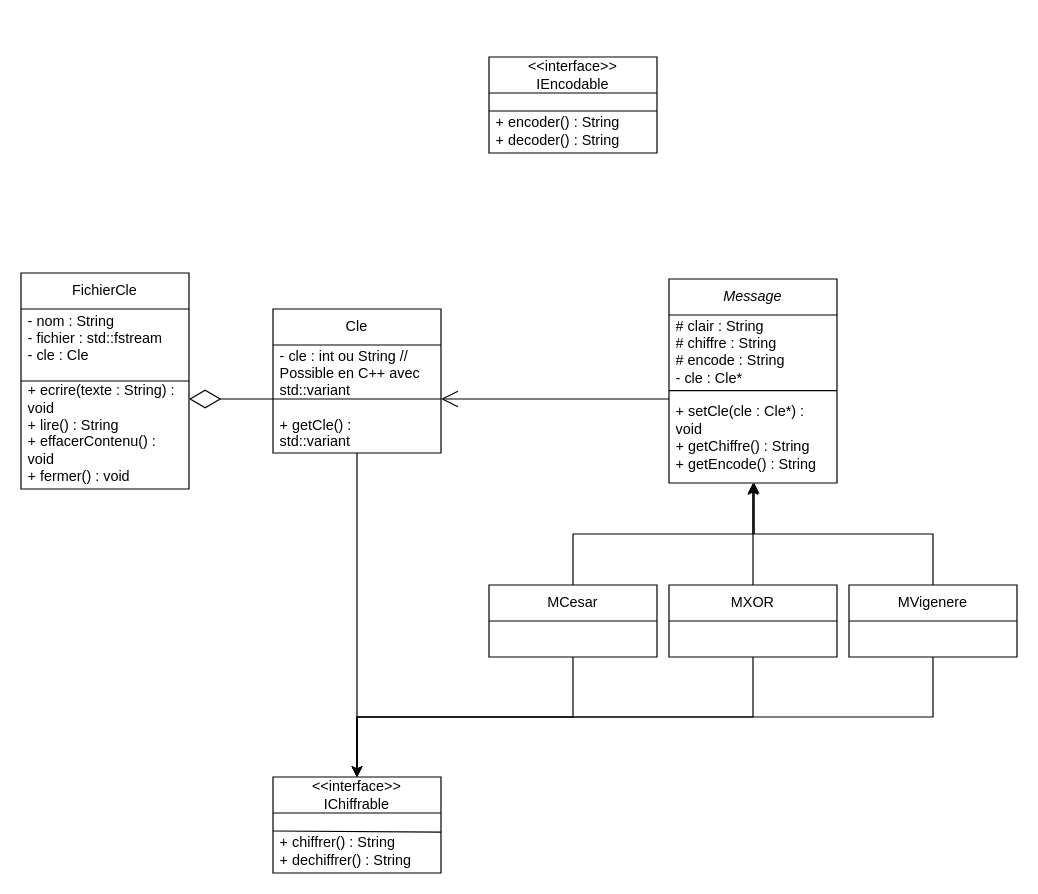
Earlier version of the draw.io diagram UML_Projet.drawio (Maxruuu/CryptCPP). Source tidied: cells renumbered, new cells numbered last; positions are measured from the earlier drawing's top-left corner, leaving out a move shared by most shapes. Both pictures are drawn from the tidied source at 120%, with x=0, y=0 at pixel (20, 56).
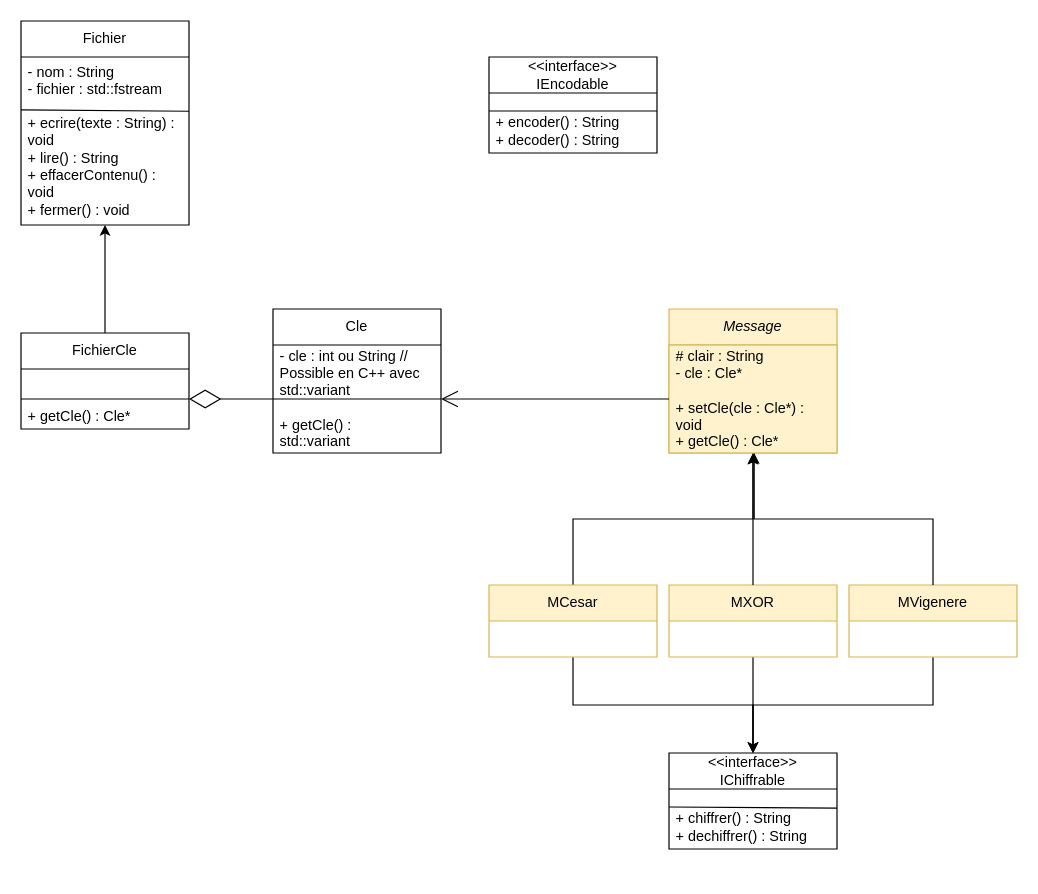
The same page after the edit.

Unchanged cells that the change refers to:
```xml
<mxCell id="12" value="Cle" style="swimlane;fontStyle=0;horizontal=1;startSize=30;whiteSpace=wrap;html=1;" parent="1" vertex="1">
  <mxGeometry x="210" y="210" width="140" height="120" as="geometry" />
</mxCell>
```

The edit, as a diff of the source:
```diff
@@
-    <mxCell id="2" value="&lt;i&gt;Message&lt;/i&gt;" style="swimlane;fontStyle=0;horizontal=1;startSize=30;whiteSpace=wrap;html=1;" parent="1" vertex="1">
-      <mxGeometry x="540" y="185" width="140" height="170" as="geometry" />
+    <mxCell id="2" value="&lt;i&gt;Message&lt;/i&gt;" style="swimlane;fontStyle=0;horizontal=1;startSize=30;whiteSpace=wrap;html=1;fillColor=#fff2cc;strokeColor=#d6b656;" parent="1" vertex="1">
+      <mxGeometry x="540" y="210" width="140" height="120" as="geometry" />
     </mxCell>
+    <mxCell id="4" style="endArrow=none;html=1;rounded=0;entryX=1;entryY=0.45;entryDx=0;entryDy=0;entryPerimeter=0;exitX=0;exitY=0.45;exitDx=0;exitDy=0;exitPerimeter=0;" parent="2" edge="1" source="3" target="3">
+      <mxGeometry relative="1" as="geometry" />
+    </mxCell>
-    <mxCell id="3" value="&lt;div&gt;# clair : String&lt;/div&gt;&lt;div&gt;# chiffre : String&lt;/div&gt;&lt;div&gt;# encode : String&lt;/div&gt;&lt;div&gt;- cle : Cle*&lt;/div&gt;&lt;div&gt;&lt;br&gt;&lt;/div&gt;&lt;div&gt;+ setCle(cle : Cle*) : void&lt;/div&gt;&lt;div&gt;+ getChiffre() : String&lt;/div&gt;&lt;div&gt;+ getEncode() : String&lt;/div&gt;&lt;div&gt;&lt;br&gt;&lt;/div&gt;" style="text;strokeColor=none;fillColor=none;align=left;verticalAlign=middle;spacingLeft=4;spacingRight=4;overflow=hidden;points=[[0,0.5],[1,0.5]];portConstraint=eastwest;whiteSpace=wrap;html=1;" parent="2" vertex="1">
-      <mxGeometry y="30" width="140" height="140" as="geometry" />
+    <mxCell id="3" value="&lt;div&gt;# clair : String&lt;/div&gt;&lt;div&gt;- cle : Cle*&lt;/div&gt;&lt;div&gt;&lt;br&gt;&lt;/div&gt;&lt;div&gt;+ setCle(cle : Cle*) : void&lt;/div&gt;&lt;div&gt;+ getCle() : Cle*&lt;/div&gt;" style="text;strokeColor=#d6b656;fillColor=#fff2cc;align=left;verticalAlign=middle;spacingLeft=4;spacingRight=4;overflow=hidden;points=[[0,0.5],[1,0.5]];portConstraint=eastwest;whiteSpace=wrap;html=1;" parent="2" vertex="1">
+      <mxGeometry y="30" width="140" height="90" as="geometry" />
     </mxCell>
-    <mxCell id="4" style="endArrow=none;html=1;rounded=0;entryX=1;entryY=0.45;entryDx=0;entryDy=0;entryPerimeter=0;exitX=0;exitY=0.45;exitDx=0;exitDy=0;exitPerimeter=0;" parent="2" edge="1" source="3" target="3">
-      <mxGeometry relative="1" as="geometry" />
-    </mxCell>
     <mxCell id="5" value="&lt;div&gt;&amp;lt;&amp;lt;interface&amp;gt;&amp;gt;&lt;/div&gt;&lt;div&gt;IChiffrable&lt;/div&gt;" style="swimlane;fontStyle=0;horizontal=1;startSize=30;whiteSpace=wrap;html=1;" parent="1" vertex="1">
-      <mxGeometry x="210" y="600" width="140" height="80" as="geometry" />
+      <mxGeometry x="540" y="580" width="140" height="80" as="geometry" />
     </mxCell>
@@
-    <mxCell id="11" style="edgeStyle=orthogonalEdgeStyle;rounded=0;jettySize=auto;html=1;exitX=0.5;exitY=1;exitDx=0;exitDy=0;entryX=0.5;entryY=0;entryDx=0;entryDy=0;" parent="1" edge="1" source="12" target="5">
-      <mxGeometry relative="1" as="geometry" />
-    </mxCell>
@@
+    <mxCell id="32" style="edgeStyle=orthogonalEdgeStyle;rounded=0;jettySize=auto;html=1;entryX=0.5;entryY=1;entryDx=0;entryDy=0;" parent="1" edge="1" source="16" target="33">
+      <mxGeometry relative="1" as="geometry" />
+    </mxCell>
     <mxCell id="16" value="FichierCle" style="swimlane;fontStyle=0;horizontal=1;startSize=30;whiteSpace=wrap;html=1;" parent="1" vertex="1">
-      <mxGeometry y="180" width="140" height="180" as="geometry" />
+      <mxGeometry y="230" width="140" height="80" as="geometry" />
     </mxCell>
-    <mxCell id="17" value="&lt;div&gt;- nom : String&lt;/div&gt;&lt;div&gt;- fichier : std::fstream&lt;/div&gt;&lt;div&gt;- cle : Cle&lt;/div&gt;&lt;div&gt;&lt;br&gt;&lt;/div&gt;&lt;div&gt;+ ecrire(texte : String) : void&lt;/div&gt;&lt;div&gt;+ lire() : String&lt;/div&gt;&lt;div&gt;+ effacerContenu() : void&lt;/div&gt;&lt;div&gt;+ fermer() : void&lt;/div&gt;" style="text;strokeColor=none;fillColor=none;align=left;verticalAlign=middle;spacingLeft=4;spacingRight=4;overflow=hidden;points=[[0,0.5],[1,0.5]];portConstraint=eastwest;whiteSpace=wrap;html=1;" parent="16" vertex="1">
-      <mxGeometry y="30" width="140" height="150" as="geometry" />
+    <mxCell id="17" value="&lt;br&gt;&lt;div&gt;&lt;br&gt;&lt;/div&gt;&lt;div&gt;+ getCle() : Cle*&lt;/div&gt;" style="text;strokeColor=none;fillColor=none;align=left;verticalAlign=middle;spacingLeft=4;spacingRight=4;overflow=hidden;points=[[0,0.5],[1,0.5]];portConstraint=eastwest;whiteSpace=wrap;html=1;" parent="16" vertex="1">
+      <mxGeometry y="30" width="140" height="50" as="geometry" />
     </mxCell>
-    <mxCell id="18" style="endArrow=none;html=1;rounded=0;entryX=1;entryY=0.4;entryDx=0;entryDy=0;entryPerimeter=0;exitX=0;exitY=0.4;exitDx=0;exitDy=0;exitPerimeter=0;" parent="16" edge="1" source="17" target="17">
+    <mxCell id="18" style="endArrow=none;html=1;rounded=0;entryX=1;entryY=0.5;entryDx=0;entryDy=0;exitX=0;exitY=0.5;exitDx=0;exitDy=0;" parent="16" edge="1" source="17" target="17">
       <mxGeometry relative="1" as="geometry" />
     </mxCell>
@@
-    <mxCell id="20" value="MXOR" style="swimlane;fontStyle=0;horizontal=1;startSize=30;whiteSpace=wrap;html=1;" parent="1" vertex="1">
+    <mxCell id="20" value="MXOR" style="swimlane;fontStyle=0;horizontal=1;startSize=30;whiteSpace=wrap;html=1;fillColor=#fff2cc;strokeColor=#d6b656;" parent="1" vertex="1">
       <mxGeometry x="540" y="440" width="140" height="60" as="geometry" />
     </mxCell>
@@
-    <mxCell id="23" value="MVigenere" style="swimlane;fontStyle=0;horizontal=1;startSize=30;whiteSpace=wrap;html=1;" parent="1" vertex="1">
+    <mxCell id="23" value="MVigenere" style="swimlane;fontStyle=0;horizontal=1;startSize=30;whiteSpace=wrap;html=1;fillColor=#fff2cc;strokeColor=#d6b656;" parent="1" vertex="1">
       <mxGeometry x="690" y="440" width="140" height="60" as="geometry" />
     </mxCell>
@@
-    <mxCell id="27" value="MCesar" style="swimlane;fontStyle=0;horizontal=1;startSize=30;whiteSpace=wrap;html=1;" parent="1" vertex="1">
+    <mxCell id="27" value="MCesar" style="swimlane;fontStyle=0;horizontal=1;startSize=30;whiteSpace=wrap;html=1;fillColor=#fff2cc;strokeColor=#d6b656;" parent="1" vertex="1">
       <mxGeometry x="390" y="440" width="140" height="60" as="geometry" />
     </mxCell>
@@
+    <mxCell id="33" value="Fichier" style="swimlane;fontStyle=0;horizontal=1;startSize=30;whiteSpace=wrap;html=1;" parent="1" vertex="1">
+      <mxGeometry y="-30" width="140" height="170" as="geometry" />
+    </mxCell>
+    <mxCell id="34" value="&lt;div&gt;- nom : String&lt;/div&gt;&lt;div&gt;- fichier : std::fstream&lt;/div&gt;&lt;div&gt;&lt;br&gt;&lt;/div&gt;&lt;div&gt;+ ecrire(texte : String) : void&lt;/div&gt;&lt;div&gt;+ lire() : String&lt;/div&gt;&lt;div&gt;+ effacerContenu() : void&lt;/div&gt;&lt;div&gt;+ fermer() : void&lt;/div&gt;" style="text;strokeColor=none;fillColor=none;align=left;verticalAlign=middle;spacingLeft=4;spacingRight=4;overflow=hidden;points=[[0,0.5],[1,0.5]];portConstraint=eastwest;whiteSpace=wrap;html=1;" parent="33" vertex="1">
+      <mxGeometry y="30" width="140" height="140" as="geometry" />
+    </mxCell>
+    <mxCell id="35" style="endArrow=none;html=1;rounded=0;entryX=1;entryY=0.323;entryDx=0;entryDy=0;entryPerimeter=0;exitX=0;exitY=0.315;exitDx=0;exitDy=0;exitPerimeter=0;" parent="33" edge="1" source="34" target="34">
+      <mxGeometry relative="1" as="geometry" />
+    </mxCell>
```
